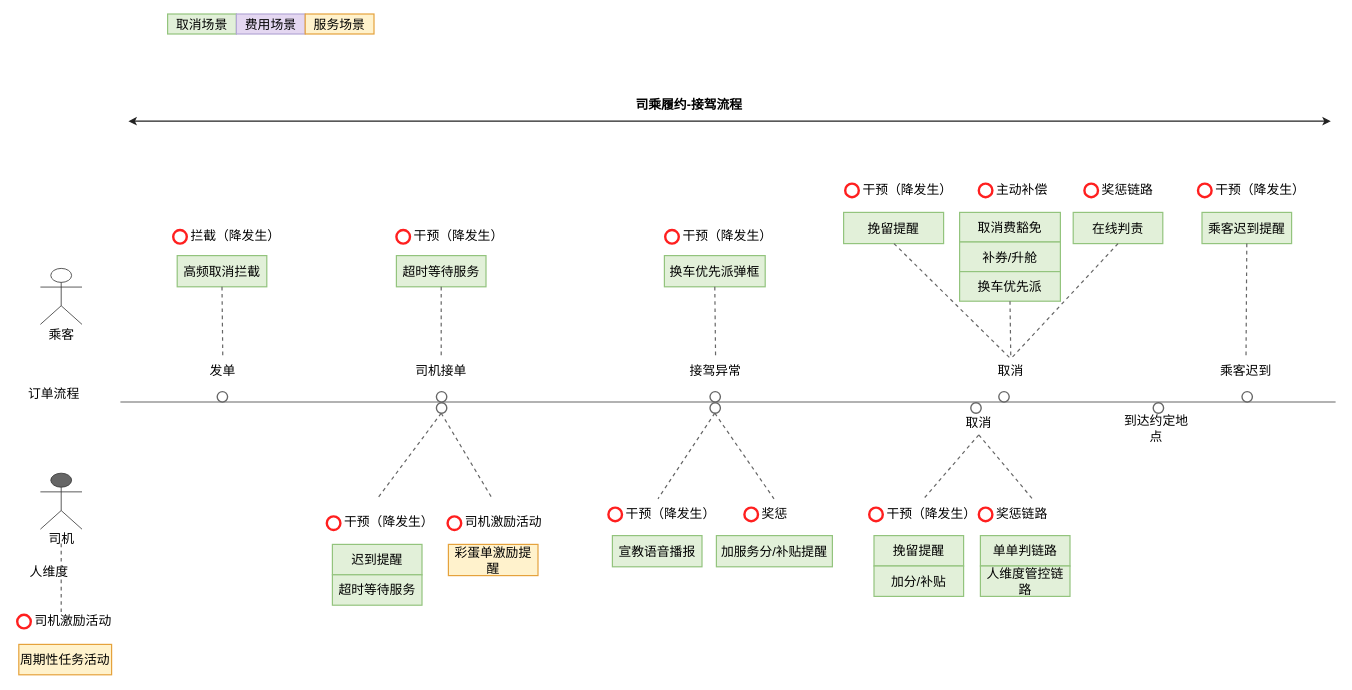
EYOKE/hello-world keeps this draw.io diagram as 司乘履约-接驾流程.drawio. Above is the earlier version. Source tidied: cells renumbered, new cells numbered last; positions are measured from the earlier drawing's top-left corner, leaving out a move shared by most shapes. Both pictures are drawn from the tidied source at 80%, with x=0, y=0 at pixel (14, 14).
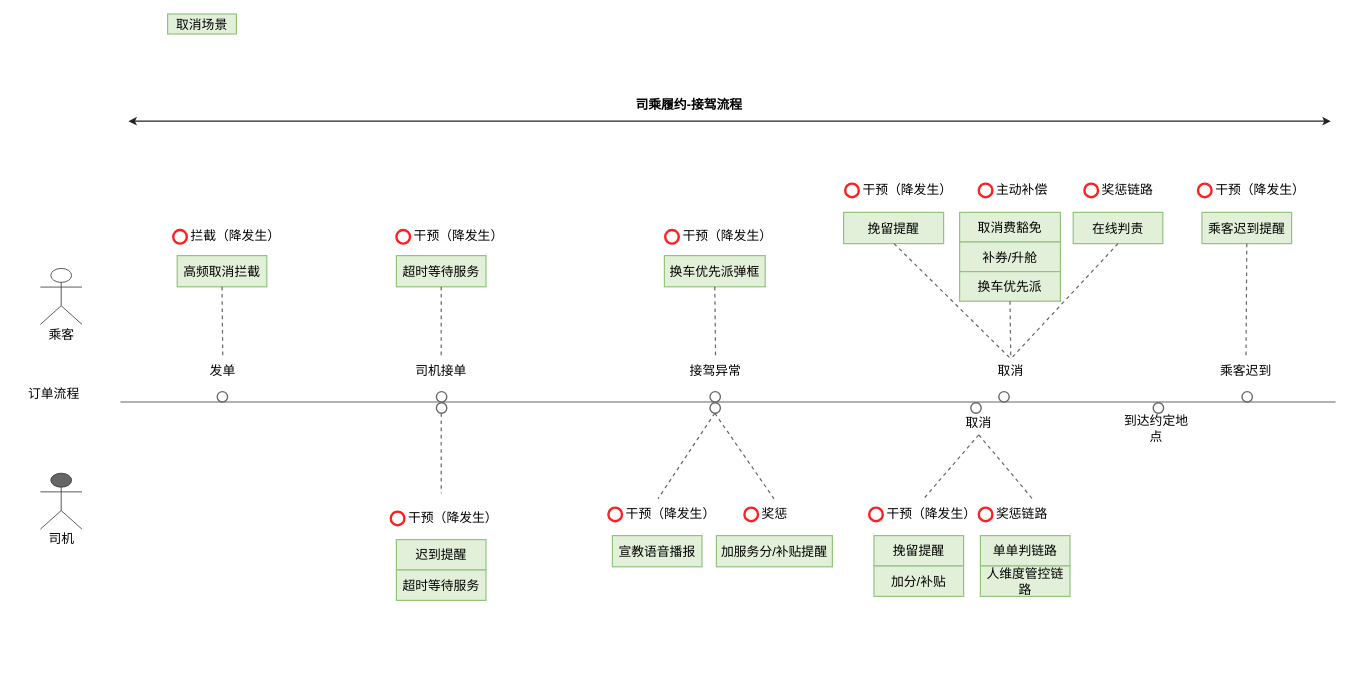
The same page after the edit.

Commit message:
更新司乘履约-接驾流程.drawio

What changed in the source:
```diff
@@
-    <mxCell id="3" value="费用场景" style="rounded=0;whiteSpace=wrap;html=1;fillColor=#E4D7F1;strokeColor=#B4A7D6;strokeWidth=1.5;fontFamily=PingFang SC;fontSize=16;" parent="1" vertex="1">
-      <mxGeometry x="278" width="86" height="25" as="geometry" />
-    </mxCell>
-    <mxCell id="4" value="服务场景" style="rounded=0;whiteSpace=wrap;html=1;fillColor=#FFF2CC;strokeColor=#E5A23C;strokeWidth=1.5;fontFamily=PingFang SC;fontSize=16;" parent="1" vertex="1">
-      <mxGeometry x="364" width="86" height="25" as="geometry" />
-    </mxCell>
@@
     <mxCell id="59" style="edgeStyle=none;html=1;rounded=0;dashed=1;dashPattern=3 3;strokeWidth=1.5;strokeColor=#666666;endArrow=none;startArrow=none;" parent="1" edge="1">
       <mxGeometry relative="1" as="geometry">
         <mxPoint x="534" y="499" as="sourcePoint" />
-        <mxPoint x="454" y="606" as="targetPoint" />
+        <mxPoint x="534" y="599.2" as="targetPoint" />
       </mxGeometry>
     </mxCell>
-    <mxCell id="60" style="edgeStyle=none;html=1;rounded=0;dashed=1;dashPattern=3 3;strokeWidth=1.5;strokeColor=#666666;endArrow=none;startArrow=none;" parent="1" edge="1">
-      <mxGeometry relative="1" as="geometry">
-        <mxPoint x="534" y="499" as="sourcePoint" />
-        <mxPoint x="598" y="606" as="targetPoint" />
-      </mxGeometry>
-    </mxCell>
     <mxCell id="61" style="ellipse;whiteSpace=wrap;html=1;fillColor=#FFFFFF;strokeColor=#FF1F1F;strokeWidth=3;" parent="1" vertex="1">
-      <mxGeometry x="391" y="628" width="17" height="17" as="geometry" />
+      <mxGeometry x="471" y="622" width="17" height="17" as="geometry" />
     </mxCell>
     <mxCell id="62" value="干预（降发生）" style="text;html=1;align=left;verticalAlign=middle;whiteSpace=wrap;rounded=0;strokeColor=none;fillColor=none;fontFamily=PingFang SC;fontSize=16;" parent="1" vertex="1">
-      <mxGeometry x="411" y="616" width="150" height="38" as="geometry" />
+      <mxGeometry x="491" y="610" width="150" height="38" as="geometry" />
     </mxCell>
     <mxCell id="63" value="迟到提醒" style="rounded=0;whiteSpace=wrap;html=1;fillColor=#E2F0D9;strokeColor=#93C47D;strokeWidth=1.5;fontFamily=PingFang SC;fontSize=16;" parent="1" vertex="1">
-      <mxGeometry x="398" y="663" width="112" height="38" as="geometry" />
+      <mxGeometry x="478" y="657" width="112" height="38" as="geometry" />
     </mxCell>
     <mxCell id="64" value="超时等待服务" style="rounded=0;whiteSpace=wrap;html=1;fillColor=#E2F0D9;strokeColor=#93C47D;strokeWidth=1.5;fontFamily=PingFang SC;fontSize=16;" parent="1" vertex="1">
-      <mxGeometry x="398" y="701" width="112" height="38" as="geometry" />
+      <mxGeometry x="478" y="695" width="112" height="38" as="geometry" />
     </mxCell>
-    <mxCell id="65" style="ellipse;whiteSpace=wrap;html=1;fillColor=#FFFFFF;strokeColor=#FF1F1F;strokeWidth=3;" parent="1" vertex="1">
-      <mxGeometry x="542" y="628" width="17" height="17" as="geometry" />
-    </mxCell>
-    <mxCell id="66" value="司机激励活动" style="text;html=1;align=left;verticalAlign=middle;whiteSpace=wrap;rounded=0;strokeColor=none;fillColor=none;fontFamily=PingFang SC;fontSize=16;" parent="1" vertex="1">
-      <mxGeometry x="562" y="616" width="160" height="38" as="geometry" />
-    </mxCell>
-    <mxCell id="67" value="彩蛋单激励提醒" style="rounded=0;whiteSpace=wrap;html=1;fillColor=#FFF2CC;strokeColor=#E5A23C;strokeWidth=1.5;fontFamily=PingFang SC;fontSize=16;" parent="1" vertex="1">
-      <mxGeometry x="543" y="663" width="112" height="39" as="geometry" />
-    </mxCell>
@@
-    <mxCell id="86" value="人维度" style="text;html=1;align=center;verticalAlign=middle;whiteSpace=wrap;rounded=0;strokeColor=none;fillColor=none;fontFamily=PingFang SC;fontSize=16;" parent="1" vertex="1">
-      <mxGeometry y="681" width="88" height="32" as="geometry" />
-    </mxCell>
-    <mxCell id="87" style="edgeStyle=none;html=1;rounded=0;dashed=1;dashPattern=3 3;strokeWidth=1.5;strokeColor=#666666;endArrow=none;startArrow=none;" parent="1" edge="1">
-      <mxGeometry relative="1" as="geometry">
-        <mxPoint x="59" y="662" as="sourcePoint" />
-        <mxPoint x="59" y="752" as="targetPoint" />
-      </mxGeometry>
-    </mxCell>
-    <mxCell id="88" style="ellipse;whiteSpace=wrap;html=1;fillColor=#FFFFFF;strokeColor=#FF1F1F;strokeWidth=3;" parent="1" vertex="1">
-      <mxGeometry x="4" y="751" width="17" height="17" as="geometry" />
-    </mxCell>
-    <mxCell id="89" value="司机激励活动" style="text;html=1;align=left;verticalAlign=middle;whiteSpace=wrap;rounded=0;strokeColor=none;fillColor=none;fontFamily=PingFang SC;fontSize=16;" parent="1" vertex="1">
-      <mxGeometry x="24" y="739" width="160" height="38" as="geometry" />
-    </mxCell>
-    <mxCell id="90" value="周期性任务活动" style="rounded=0;whiteSpace=wrap;html=1;fillColor=#FFF2CC;strokeColor=#E5A23C;strokeWidth=1.5;fontFamily=PingFang SC;fontSize=16;" parent="1" vertex="1">
-      <mxGeometry x="6" y="788" width="116" height="38" as="geometry" />
-    </mxCell>
```
